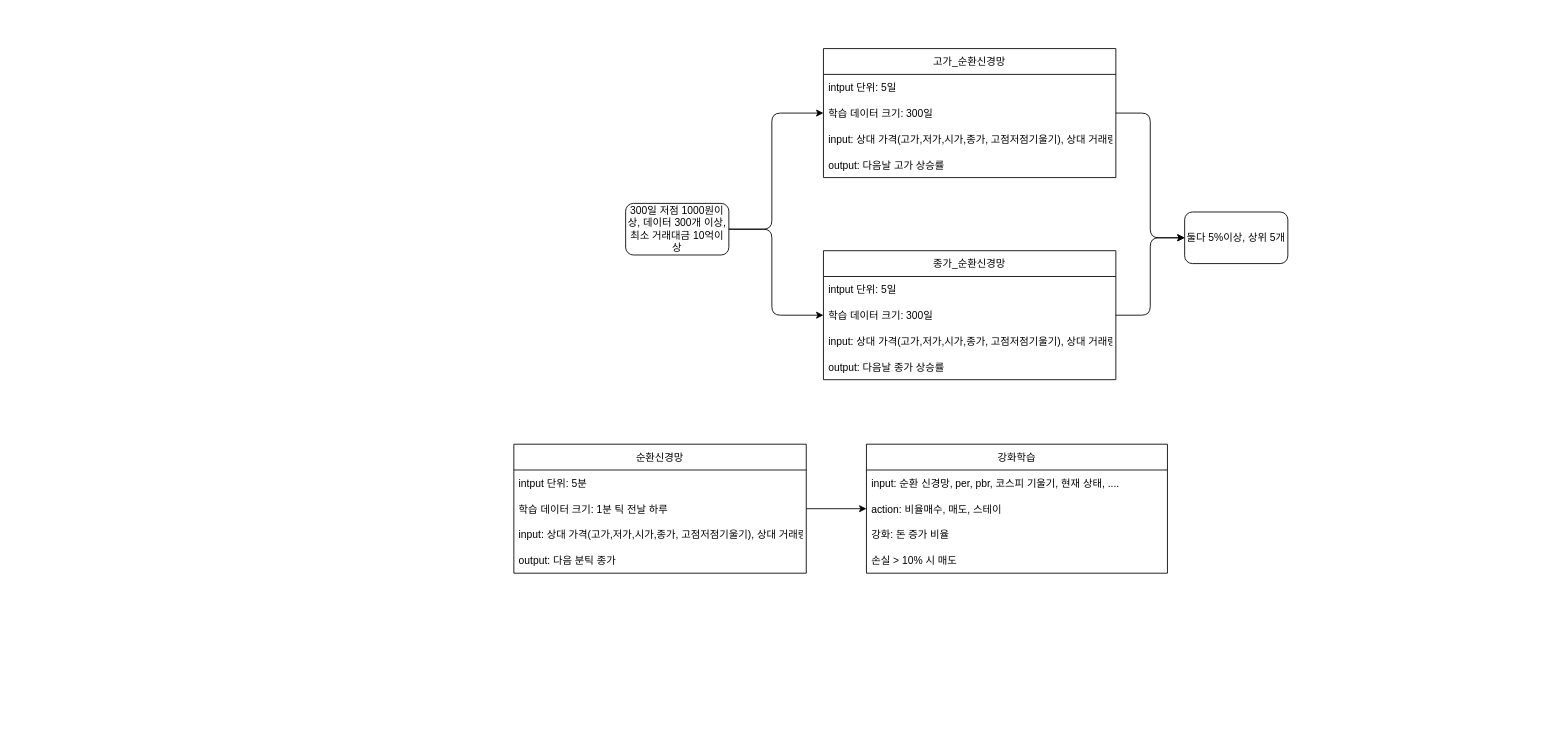
Before: doc/study_model.drawio in ben3329/aistock, a draw.io diagram. Source tidied: cells renumbered, new cells numbered last; positions are measured from the earlier drawing's top-left corner, leaving out a move shared by most shapes. Both pictures are drawn from the tidied source at 86%, with x=0, y=0 at pixel (513, 48).
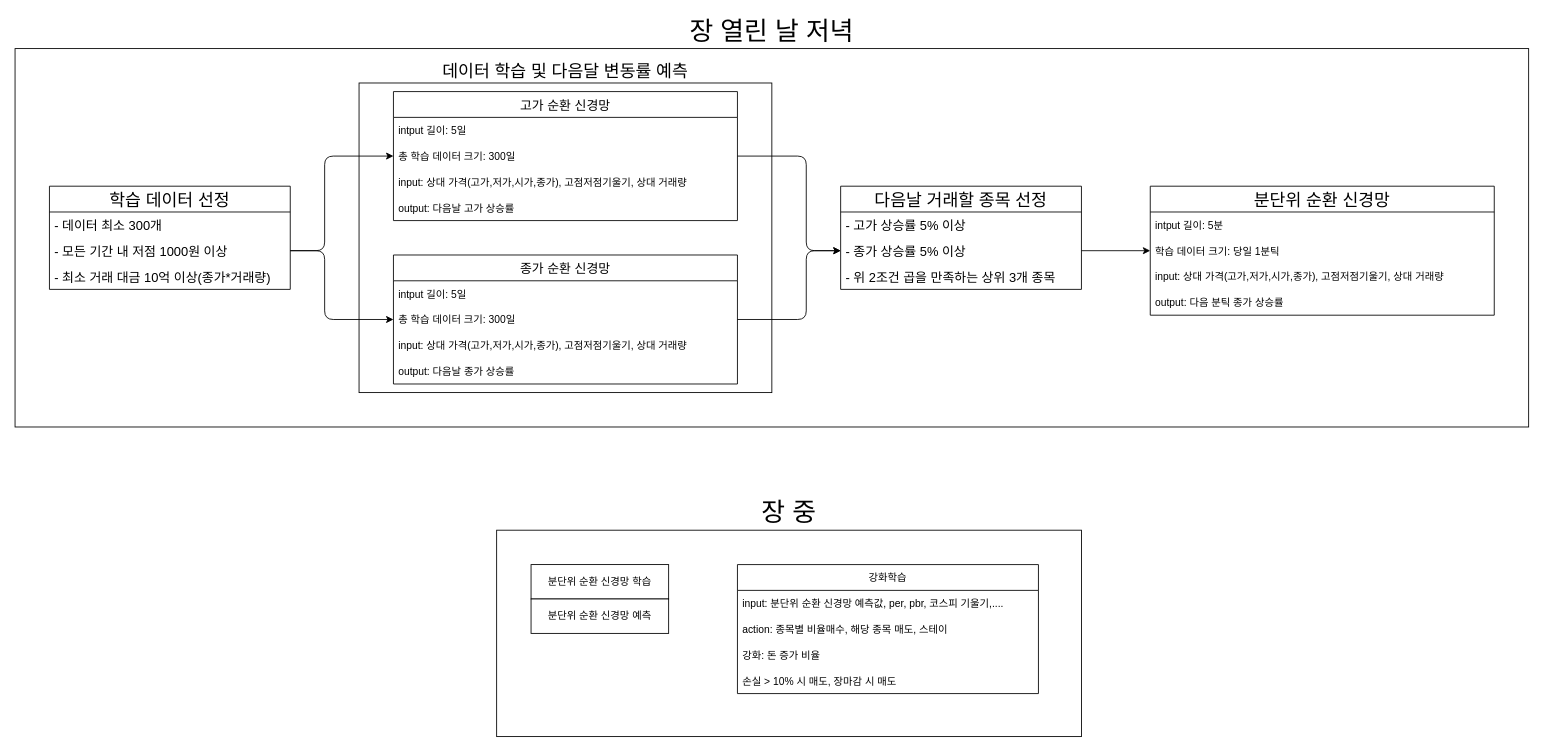
The same page after the edit.

Commit message:
make model diagram be pretty

Diff of the diagram source:
```diff
@@
+    <mxCell id="29" value="&lt;font style=&quot;font-size: 30px&quot;&gt;장 중&lt;/font&gt;" style="rounded=0;whiteSpace=wrap;html=1;fontSize=20;labelPosition=center;verticalLabelPosition=top;align=center;verticalAlign=bottom;" parent="1" vertex="1">
+      <mxGeometry x="-20" y="560" width="680" height="240" as="geometry" />
+    </mxCell>
+    <mxCell id="30" value="&lt;font style=&quot;font-size: 30px&quot;&gt;장 열린 날 저녁&lt;/font&gt;" style="rounded=0;whiteSpace=wrap;html=1;fontSize=20;labelPosition=center;verticalLabelPosition=top;align=center;verticalAlign=bottom;" parent="1" vertex="1">
+      <mxGeometry x="-580" width="1760" height="440" as="geometry" />
+    </mxCell>
+    <mxCell id="31" value="&lt;font style=&quot;font-size: 20px&quot;&gt;데이터 학습 및 다음달 변동률 예측&lt;/font&gt;" style="rounded=0;whiteSpace=wrap;html=1;fontSize=15;labelPosition=center;verticalLabelPosition=top;align=center;verticalAlign=bottom;" parent="1" vertex="1">
+      <mxGeometry x="-180" y="40" width="480" height="360" as="geometry" />
+    </mxCell>
-    <mxCell id="2" value="종가_순환신경망" style="swimlane;fontStyle=0;horizontal=1;startSize=30;" parent="1" vertex="1">
-      <mxGeometry x="360" y="235" width="340" height="150" as="geometry" />
+    <mxCell id="2" value="종가 순환 신경망" style="swimlane;fontStyle=0;horizontal=1;startSize=30;fontSize=15;" parent="1" vertex="1">
+      <mxGeometry x="-140" y="240" width="400" height="150" as="geometry" />
     </mxCell>
-    <mxCell id="3" value="intput 단위: 5일" style="text;strokeColor=none;fillColor=none;align=left;verticalAlign=middle;spacingLeft=4;spacingRight=4;overflow=hidden;" parent="2" vertex="1">
-      <mxGeometry y="30" width="340" height="30" as="geometry" />
+    <mxCell id="3" value="intput 길이: 5일" style="text;strokeColor=none;fillColor=none;align=left;verticalAlign=middle;spacingLeft=4;spacingRight=4;overflow=hidden;" parent="2" vertex="1">
+      <mxGeometry y="30" width="400" height="30" as="geometry" />
     </mxCell>
-    <mxCell id="4" value="학습 데이터 크기: 300일" style="text;strokeColor=none;fillColor=none;align=left;verticalAlign=middle;spacingLeft=4;spacingRight=4;overflow=hidden;points=[[0,0.5],[1,0.5]];portConstraint=eastwest;" parent="2" vertex="1">
-      <mxGeometry y="60" width="340" height="30" as="geometry" />
+    <mxCell id="4" value="총 학습 데이터 크기: 300일" style="text;strokeColor=none;fillColor=none;align=left;verticalAlign=middle;spacingLeft=4;spacingRight=4;overflow=hidden;points=[[0,0.5],[1,0.5]];portConstraint=eastwest;" parent="2" vertex="1">
+      <mxGeometry y="60" width="400" height="30" as="geometry" />
     </mxCell>
-    <mxCell id="5" value="input: 상대 가격(고가,저가,시가,종가, 고점저점기울기), 상대 거래량" style="text;strokeColor=none;fillColor=none;align=left;verticalAlign=middle;spacingLeft=4;spacingRight=4;overflow=hidden;" parent="2" vertex="1">
-      <mxGeometry y="90" width="340" height="30" as="geometry" />
+    <mxCell id="5" value="input: 상대 가격(고가,저가,시가,종가), 고점저점기울기, 상대 거래량" style="text;strokeColor=none;fillColor=none;align=left;verticalAlign=middle;spacingLeft=4;spacingRight=4;overflow=hidden;" parent="2" vertex="1">
+      <mxGeometry y="90" width="400" height="30" as="geometry" />
     </mxCell>
     <mxCell id="6" value="output: 다음날 종가 상승률" style="text;strokeColor=none;fillColor=none;align=left;verticalAlign=middle;spacingLeft=4;spacingRight=4;overflow=hidden;" parent="2" vertex="1">
-      <mxGeometry y="120" width="340" height="30" as="geometry" />
+      <mxGeometry y="120" width="400" height="30" as="geometry" />
     </mxCell>
     <mxCell id="7" value="강화학습" style="swimlane;fontStyle=0;horizontal=1;startSize=30;" parent="1" vertex="1">
-      <mxGeometry x="410" y="460" width="350" height="150" as="geometry" />
+      <mxGeometry x="260" y="600" width="350" height="150" as="geometry" />
     </mxCell>
-    <mxCell id="8" value="input: 순환 신경망, per, pbr, 코스피 기울기, 현재 상태, ...." style="text;strokeColor=none;fillColor=none;align=left;verticalAlign=middle;spacingLeft=4;spacingRight=4;overflow=hidden;" parent="7" vertex="1">
+    <mxCell id="8" value="input: 분단위 순환 신경망 예측값, per, pbr, 코스피 기울기,...." style="text;strokeColor=none;fillColor=none;align=left;verticalAlign=middle;spacingLeft=4;spacingRight=4;overflow=hidden;" parent="7" vertex="1">
       <mxGeometry y="30" width="350" height="30" as="geometry" />
     </mxCell>
-    <mxCell id="9" value="action: 비율매수, 매도, 스테이" style="text;strokeColor=none;fillColor=none;align=left;verticalAlign=middle;spacingLeft=4;spacingRight=4;overflow=hidden;points=[[0,0.5],[1,0.5]];portConstraint=eastwest;" parent="7" vertex="1">
+    <mxCell id="9" value="action: 종목별 비율매수, 해당 종목 매도, 스테이" style="text;strokeColor=none;fillColor=none;align=left;verticalAlign=middle;spacingLeft=4;spacingRight=4;overflow=hidden;points=[[0,0.5],[1,0.5]];portConstraint=eastwest;" parent="7" vertex="1">
       <mxGeometry y="60" width="350" height="30" as="geometry" />
     </mxCell>
@@
-    <mxCell id="11" value="손실 &gt; 10% 시 매도" style="text;strokeColor=none;fillColor=none;align=left;verticalAlign=middle;spacingLeft=4;spacingRight=4;overflow=hidden;" parent="7" vertex="1">
+    <mxCell id="11" value="손실 &gt; 10% 시 매도, 장마감 시 매도" style="text;strokeColor=none;fillColor=none;align=left;verticalAlign=middle;spacingLeft=4;spacingRight=4;overflow=hidden;" parent="7" vertex="1">
       <mxGeometry y="120" width="350" height="30" as="geometry" />
     </mxCell>
-    <mxCell id="12" value="둘다 5%이상, 상위 5개" style="rounded=1;whiteSpace=wrap;html=1;" parent="1" vertex="1">
-      <mxGeometry x="780" y="190" width="120" height="60" as="geometry" />
-    </mxCell>
-    <mxCell id="13" value="순환신경망" style="swimlane;fontStyle=0;horizontal=1;startSize=30;" parent="1" vertex="1">
-      <mxGeometry y="460" width="340" height="150" as="geometry" />
+    <mxCell id="13" value="분단위 순환 신경망" style="swimlane;fontStyle=0;horizontal=1;startSize=30;fontSize=20;" parent="1" vertex="1">
+      <mxGeometry x="740" y="160" width="400" height="150" as="geometry" />
     </mxCell>
-    <mxCell id="14" value="intput 단위: 5분" style="text;strokeColor=none;fillColor=none;align=left;verticalAlign=middle;spacingLeft=4;spacingRight=4;overflow=hidden;" parent="13" vertex="1">
-      <mxGeometry y="30" width="340" height="30" as="geometry" />
+    <mxCell id="14" value="intput 길이: 5분" style="text;strokeColor=none;fillColor=none;align=left;verticalAlign=middle;spacingLeft=4;spacingRight=4;overflow=hidden;" parent="13" vertex="1">
+      <mxGeometry y="30" width="400" height="30" as="geometry" />
     </mxCell>
-    <mxCell id="15" value="학습 데이터 크기: 1분 틱 전날 하루" style="text;strokeColor=none;fillColor=none;align=left;verticalAlign=middle;spacingLeft=4;spacingRight=4;overflow=hidden;points=[[0,0.5],[1,0.5]];portConstraint=eastwest;" parent="13" vertex="1">
-      <mxGeometry y="60" width="340" height="30" as="geometry" />
+    <mxCell id="15" value="학습 데이터 크기: 당일 1분틱" style="text;strokeColor=none;fillColor=none;align=left;verticalAlign=middle;spacingLeft=4;spacingRight=4;overflow=hidden;points=[[0,0.5],[1,0.5]];portConstraint=eastwest;" parent="13" vertex="1">
+      <mxGeometry y="60" width="400" height="30" as="geometry" />
     </mxCell>
-    <mxCell id="16" value="input: 상대 가격(고가,저가,시가,종가, 고점저점기울기), 상대 거래량" style="text;strokeColor=none;fillColor=none;align=left;verticalAlign=middle;spacingLeft=4;spacingRight=4;overflow=hidden;" parent="13" vertex="1">
-      <mxGeometry y="90" width="340" height="30" as="geometry" />
+    <mxCell id="16" value="input: 상대 가격(고가,저가,시가,종가), 고점저점기울기, 상대 거래량" style="text;strokeColor=none;fillColor=none;align=left;verticalAlign=middle;spacingLeft=4;spacingRight=4;overflow=hidden;" parent="13" vertex="1">
+      <mxGeometry y="90" width="400" height="30" as="geometry" />
     </mxCell>
-    <mxCell id="17" value="output: 다음 분틱 종가" style="text;strokeColor=none;fillColor=none;align=left;verticalAlign=middle;spacingLeft=4;spacingRight=4;overflow=hidden;" parent="13" vertex="1">
-      <mxGeometry y="120" width="340" height="30" as="geometry" />
+    <mxCell id="17" value="output: 다음 분틱 종가 상승률" style="text;strokeColor=none;fillColor=none;align=left;verticalAlign=middle;spacingLeft=4;spacingRight=4;overflow=hidden;" parent="13" vertex="1">
+      <mxGeometry y="120" width="400" height="30" as="geometry" />
     </mxCell>
-    <mxCell id="18" style="endArrow=classic;html=1;exitX=1;exitY=0.5;exitDx=0;exitDy=0;entryX=0;entryY=0.5;entryDx=0;entryDy=0;" parent="1" edge="1" source="15" target="9">
-      <mxGeometry relative="1" as="geometry" />
-    </mxCell>
-    <mxCell id="19" value="고가_순환신경망" style="swimlane;fontStyle=0;horizontal=1;startSize=30;" parent="1" vertex="1">
-      <mxGeometry x="360" width="340" height="150" as="geometry" />
+    <mxCell id="19" value="고가 순환 신경망" style="swimlane;fontStyle=0;horizontal=1;startSize=30;fontSize=15;" parent="1" vertex="1">
+      <mxGeometry x="-140" y="50" width="400" height="150" as="geometry" />
     </mxCell>
-    <mxCell id="20" value="intput 단위: 5일" style="text;strokeColor=none;fillColor=none;align=left;verticalAlign=middle;spacingLeft=4;spacingRight=4;overflow=hidden;" parent="19" vertex="1">
-      <mxGeometry y="30" width="340" height="30" as="geometry" />
+    <mxCell id="20" value="intput 길이: 5일" style="text;strokeColor=none;fillColor=none;align=left;verticalAlign=middle;spacingLeft=4;spacingRight=4;overflow=hidden;" parent="19" vertex="1">
+      <mxGeometry y="30" width="400" height="30" as="geometry" />
     </mxCell>
-    <mxCell id="21" value="학습 데이터 크기: 300일" style="text;strokeColor=none;fillColor=none;align=left;verticalAlign=middle;spacingLeft=4;spacingRight=4;overflow=hidden;points=[[0,0.5],[1,0.5]];portConstraint=eastwest;" parent="19" vertex="1">
-      <mxGeometry y="60" width="340" height="30" as="geometry" />
+    <mxCell id="21" value="총 학습 데이터 크기: 300일" style="text;strokeColor=none;fillColor=none;align=left;verticalAlign=middle;spacingLeft=4;spacingRight=4;overflow=hidden;points=[[0,0.5],[1,0.5]];portConstraint=eastwest;" parent="19" vertex="1">
+      <mxGeometry y="60" width="400" height="30" as="geometry" />
     </mxCell>
-    <mxCell id="22" value="input: 상대 가격(고가,저가,시가,종가, 고점저점기울기), 상대 거래량" style="text;strokeColor=none;fillColor=none;align=left;verticalAlign=middle;spacingLeft=4;spacingRight=4;overflow=hidden;" parent="19" vertex="1">
-      <mxGeometry y="90" width="340" height="30" as="geometry" />
+    <mxCell id="22" value="input: 상대 가격(고가,저가,시가,종가), 고점저점기울기, 상대 거래량" style="text;strokeColor=none;fillColor=none;align=left;verticalAlign=middle;spacingLeft=4;spacingRight=4;overflow=hidden;" parent="19" vertex="1">
+      <mxGeometry y="90" width="400" height="30" as="geometry" />
     </mxCell>
     <mxCell id="23" value="output: 다음날 고가 상승률" style="text;strokeColor=none;fillColor=none;align=left;verticalAlign=middle;spacingLeft=4;spacingRight=4;overflow=hidden;" parent="19" vertex="1">
-      <mxGeometry y="120" width="340" height="30" as="geometry" />
+      <mxGeometry y="120" width="400" height="30" as="geometry" />
     </mxCell>
-    <mxCell id="24" style="endArrow=classic;html=1;entryX=0;entryY=0.5;entryDx=0;entryDy=0;exitX=1;exitY=0.5;exitDx=0;exitDy=0;" parent="1" edge="1" source="21" target="12">
-      <mxGeometry relative="1" as="geometry">
-        <Array as="points">
-          <mxPoint x="740" y="75" />
-          <mxPoint x="740" y="220" />
-        </Array>
-      </mxGeometry>
-    </mxCell>
-    <mxCell id="25" style="endArrow=classic;html=1;exitX=1;exitY=0.5;exitDx=0;exitDy=0;entryX=0;entryY=0.5;entryDx=0;entryDy=0;" parent="1" edge="1" source="4" target="12">
-      <mxGeometry relative="1" as="geometry">
-        <Array as="points">
-          <mxPoint x="740" y="310" />
-          <mxPoint x="740" y="220" />
-        </Array>
-      </mxGeometry>
-    </mxCell>
-    <mxCell id="26" value="300일 저점 1000원이상, 데이터 300개 이상, 최소 거래대금 10억이상" style="rounded=1;whiteSpace=wrap;html=1;" parent="1" vertex="1">
-      <mxGeometry x="130" y="180" width="120" height="60" as="geometry" />
-    </mxCell>
-    <mxCell id="27" style="endArrow=classic;html=1;exitX=1;exitY=0.5;exitDx=0;exitDy=0;entryX=0;entryY=0.5;entryDx=0;entryDy=0;" parent="1" edge="1" source="26" target="21">
+    <mxCell id="27" style="endArrow=classic;html=1;exitX=1;exitY=0.5;exitDx=0;exitDy=0;entryX=0;entryY=0.5;entryDx=0;entryDy=0;" parent="1" edge="1" source="34" target="21">
       <mxGeometry relative="1" as="geometry">
         <Array as="points">
-          <mxPoint x="300" y="210" />
-          <mxPoint x="300" y="75" />
+          <mxPoint x="-220" y="235" />
+          <mxPoint x="-220" y="125" />
         </Array>
       </mxGeometry>
     </mxCell>
-    <mxCell id="28" style="endArrow=classic;html=1;exitX=1;exitY=0.5;exitDx=0;exitDy=0;entryX=0;entryY=0.5;entryDx=0;entryDy=0;" parent="1" edge="1" source="26" target="4">
+    <mxCell id="28" style="endArrow=classic;html=1;exitX=1;exitY=0.5;exitDx=0;exitDy=0;entryX=0;entryY=0.5;entryDx=0;entryDy=0;" parent="1" edge="1" source="34" target="4">
       <mxGeometry relative="1" as="geometry">
         <Array as="points">
-          <mxPoint x="300" y="210" />
-          <mxPoint x="300" y="310" />
+          <mxPoint x="-220" y="235" />
+          <mxPoint x="-220" y="315" />
         </Array>
       </mxGeometry>
     </mxCell>
+    <mxCell id="32" value="학습 데이터 선정" style="swimlane;fontStyle=0;horizontal=1;startSize=30;fontSize=20;" parent="1" vertex="1">
+      <mxGeometry x="-540" y="160" width="280" height="120" as="geometry" />
+    </mxCell>
+    <mxCell id="33" value="- 데이터 최소 300개" style="text;strokeColor=none;fillColor=none;align=left;verticalAlign=middle;spacingLeft=4;spacingRight=4;overflow=hidden;fontSize=15;" parent="32" vertex="1">
+      <mxGeometry y="30" width="280" height="30" as="geometry" />
+    </mxCell>
+    <mxCell id="34" value="- 모든 기간 내 저점 1000원 이상" style="text;strokeColor=none;fillColor=none;align=left;verticalAlign=middle;spacingLeft=4;spacingRight=4;overflow=hidden;points=[[0,0.5],[1,0.5]];portConstraint=eastwest;fontSize=15;" parent="32" vertex="1">
+      <mxGeometry y="60" width="280" height="30" as="geometry" />
+    </mxCell>
+    <mxCell id="35" value="- 최소 거래 대금 10억 이상(종가*거래량)" style="text;strokeColor=none;fillColor=none;align=left;verticalAlign=middle;spacingLeft=4;spacingRight=4;overflow=hidden;fontSize=15;" parent="32" vertex="1">
+      <mxGeometry y="90" width="280" height="30" as="geometry" />
+    </mxCell>
+    <mxCell id="36" value="다음날 거래할 종목 선정" style="swimlane;fontStyle=0;horizontal=1;startSize=30;fontSize=20;" parent="1" vertex="1">
+      <mxGeometry x="380" y="160" width="280" height="120" as="geometry" />
+    </mxCell>
+    <mxCell id="37" value="- 고가 상승률 5% 이상" style="text;strokeColor=none;fillColor=none;align=left;verticalAlign=middle;spacingLeft=4;spacingRight=4;overflow=hidden;fontSize=15;" parent="36" vertex="1">
+      <mxGeometry y="30" width="280" height="30" as="geometry" />
+    </mxCell>
+    <mxCell id="38" value="- 종가 상승률 5% 이상" style="text;strokeColor=none;fillColor=none;align=left;verticalAlign=middle;spacingLeft=4;spacingRight=4;overflow=hidden;points=[[0,0.5],[1,0.5]];portConstraint=eastwest;fontSize=15;" parent="36" vertex="1">
+      <mxGeometry y="60" width="280" height="30" as="geometry" />
+    </mxCell>
+    <mxCell id="39" value="- 위 2조건 곱을 만족하는 상위 3개 종목" style="text;strokeColor=none;fillColor=none;align=left;verticalAlign=middle;spacingLeft=4;spacingRight=4;overflow=hidden;fontSize=15;" parent="36" vertex="1">
+      <mxGeometry y="90" width="280" height="30" as="geometry" />
+    </mxCell>
+    <mxCell id="40" style="endArrow=classic;html=1;fontSize=20;exitX=1;exitY=0.5;exitDx=0;exitDy=0;entryX=0;entryY=0.5;entryDx=0;entryDy=0;" parent="1" edge="1" source="21" target="38">
+      <mxGeometry relative="1" as="geometry">
+        <Array as="points">
+          <mxPoint x="340" y="125" />
+          <mxPoint x="340" y="235" />
+        </Array>
+      </mxGeometry>
+    </mxCell>
+    <mxCell id="41" style="endArrow=classic;html=1;fontSize=20;exitX=1;exitY=0.5;exitDx=0;exitDy=0;entryX=0;entryY=0.5;entryDx=0;entryDy=0;" parent="1" edge="1" source="4" target="38">
+      <mxGeometry relative="1" as="geometry">
+        <Array as="points">
+          <mxPoint x="340" y="315" />
+          <mxPoint x="340" y="235" />
+        </Array>
+      </mxGeometry>
+    </mxCell>
+    <mxCell id="42" style="endArrow=classic;html=1;fontSize=20;exitX=1;exitY=0.5;exitDx=0;exitDy=0;entryX=0;entryY=0.5;entryDx=0;entryDy=0;" parent="1" edge="1" source="38" target="15">
+      <mxGeometry relative="1" as="geometry" />
+    </mxCell>
+    <mxCell id="43" value="분단위 순환 신경망 학습" style="rounded=0;whiteSpace=wrap;html=1;fontSize=12;" parent="1" vertex="1">
+      <mxGeometry x="20" y="600" width="160" height="40" as="geometry" />
+    </mxCell>
+    <mxCell id="44" value="분단위 순환 신경망 예측" style="rounded=0;whiteSpace=wrap;html=1;fontSize=12;" parent="1" vertex="1">
+      <mxGeometry x="20" y="640" width="160" height="40" as="geometry" />
+    </mxCell>
```
